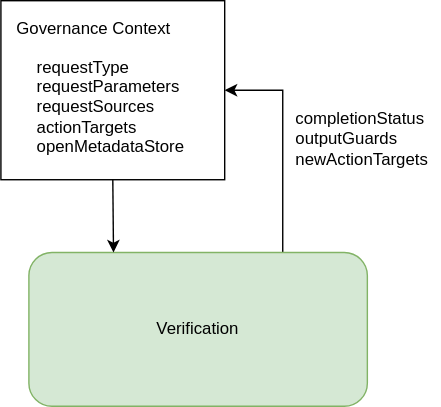
Above: site/docs/frameworks/gaf/verification-governance-service-context.svg in odpi/egeria-docs (draw.io), before the change. Source tidied: cells renumbered, new cells last; positions are measured from the earlier drawing's top-left corner, leaving out a move shared by most shapes.
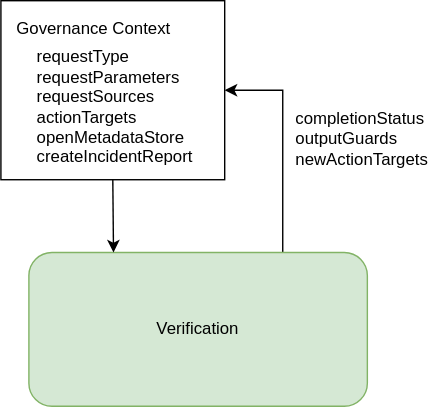
Above is the later version.

Change to the diagram source:
```diff
@@ -18,8 +18,8 @@
     <mxCell id="5" style="rounded=0;jettySize=auto;html=1;entryX=0.25;entryY=0;entryDx=0;entryDy=0;exitX=0.5;exitY=1;exitDx=0;exitDy=0;" parent="1" edge="1" source="2" target="4">
       <mxGeometry relative="1" as="geometry" />
     </mxCell>
-    <mxCell id="6" value="requestType&lt;br&gt;requestParameters&lt;br&gt;requestSources&lt;br&gt;actionTargets&lt;br&gt;openMetadataStore&lt;i&gt;&lt;br&gt;&lt;/i&gt;" style="text;html=1;align=left;verticalAlign=middle;perimeterSpacing=3;" parent="1" vertex="1">
-      <mxGeometry x="24" y="36" width="120" height="80" as="geometry" />
+    <mxCell id="6" value="requestType&lt;br&gt;requestParameters&lt;br&gt;requestSources&lt;br&gt;actionTargets&lt;br&gt;openMetadataStore&lt;br&gt;createIncidentReport&lt;i&gt;&lt;br&gt;&lt;/i&gt;" style="text;html=1;align=left;verticalAlign=middle;perimeterSpacing=3;" parent="1" vertex="1">
+      <mxGeometry x="24" y="31" width="130" height="90" as="geometry" />
     </mxCell>
     <mxCell id="7" value="Governance Context" style="text;html=1;align=center;verticalAlign=middle;" parent="1" vertex="1">
       <mxGeometry x="6" y="11" width="120" height="18" as="geometry" />
```
